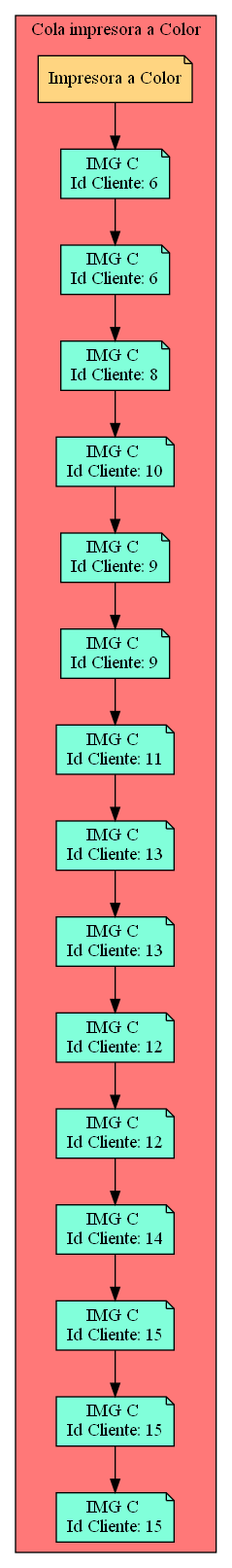
Earlier version of the Graphviz export Cola_Print_color.png (Serch-ING/EDD_UDRAWING_202000119). Its source is kept beside it as Cola_Print_color.dot.
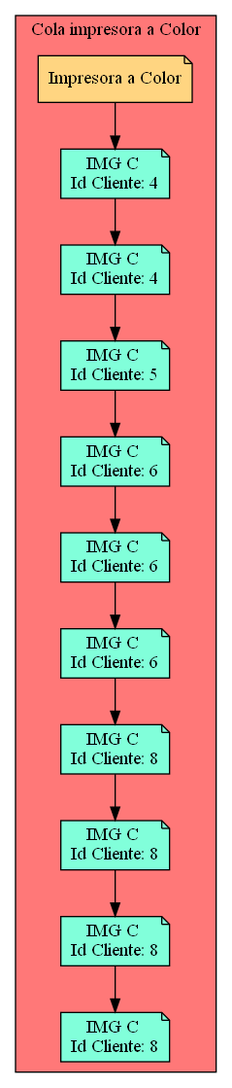
Above is the later version.

What changed in the source:
```diff
@@ -3,63 +3,43 @@
 subgraph cluster_p{
     label= " Cola impresora a Color "
  raiz[label = "Impresora a Color" fillcolor="#FFD581" ]    bgcolor = "#FF7878"
-Nodo1233990028[label="IMG C
+Nodo1847008471[label="IMG C
+Id Cliente: 4",fillcolor="#81FFDA"]
+Nodo1076607567[label="IMG C
+Id Cliente: 4",fillcolor="#81FFDA"]
+Nodo71399214[label="IMG C
+Id Cliente: 5",fillcolor="#81FFDA"]
+Nodo854587510[label="IMG C
 Id Cliente: 6",fillcolor="#81FFDA"]
-Nodo1847008471[label="IMG C
+Nodo148626113[label="IMG C
 Id Cliente: 6",fillcolor="#81FFDA"]
-Nodo1932831450[label="IMG C
+Nodo1847637306[label="IMG C
+Id Cliente: 6",fillcolor="#81FFDA"]
+Nodo1332668132[label="IMG C
 Id Cliente: 8",fillcolor="#81FFDA"]
-Nodo1904253191[label="IMG C
-Id Cliente: 10",fillcolor="#81FFDA"]
-Nodo1021436681[label="IMG C
-Id Cliente: 9",fillcolor="#81FFDA"]
-Nodo1790585734[label="IMG C
-Id Cliente: 9",fillcolor="#81FFDA"]
-Nodo842741472[label="IMG C
-Id Cliente: 11",fillcolor="#81FFDA"]
+Nodo1147580192[label="IMG C
+Id Cliente: 8",fillcolor="#81FFDA"]
+Nodo173099767[label="IMG C
+Id Cliente: 8",fillcolor="#81FFDA"]
 Nodo112797691[label="IMG C
-Id Cliente: 13",fillcolor="#81FFDA"]
-Nodo1045997582[label="IMG C
-Id Cliente: 13",fillcolor="#81FFDA"]
-Nodo1741979653[label="IMG C
-Id Cliente: 12",fillcolor="#81FFDA"]
-Nodo166794956[label="IMG C
-Id Cliente: 12",fillcolor="#81FFDA"]
-Nodo1364913072[label="IMG C
-Id Cliente: 14",fillcolor="#81FFDA"]
-Nodo1549725679[label="IMG C
-Id Cliente: 15",fillcolor="#81FFDA"]
-Nodo371800738[label="IMG C
-Id Cliente: 15",fillcolor="#81FFDA"]
-Nodo1364767791[label="IMG C
-Id Cliente: 15",fillcolor="#81FFDA"]
+Id Cliente: 8",fillcolor="#81FFDA"]
 
-raiz->Nodo1233990028
-Nodo1233990028 -> Nodo1847008471
+raiz->Nodo1847008471
+Nodo1847008471 -> Nodo1076607567
 
-Nodo1847008471 -> Nodo1932831450
+Nodo1076607567 -> Nodo71399214
 
-Nodo1932831450 -> Nodo1904253191
+Nodo71399214 -> Nodo854587510
 
-Nodo1904253191 -> Nodo1021436681
+Nodo854587510 -> Nodo148626113
 
-Nodo1021436681 -> Nodo1790585734
+Nodo148626113 -> Nodo1847637306
 
-Nodo1790585734 -> Nodo842741472
+Nodo1847637306 -> Nodo1332668132
 
-Nodo842741472 -> Nodo112797691
+Nodo1332668132 -> Nodo1147580192
 
-Nodo112797691 -> Nodo1045997582
+Nodo1147580192 -> Nodo173099767
 
-Nodo1045997582 -> Nodo1741979653
-
-Nodo1741979653 -> Nodo166794956
-
-Nodo166794956 -> Nodo1364913072
-
-Nodo1364913072 -> Nodo1549725679
-
-Nodo1549725679 -> Nodo371800738
-
-Nodo371800738 -> Nodo1364767791
+Nodo173099767 -> Nodo112797691
 }}
```
